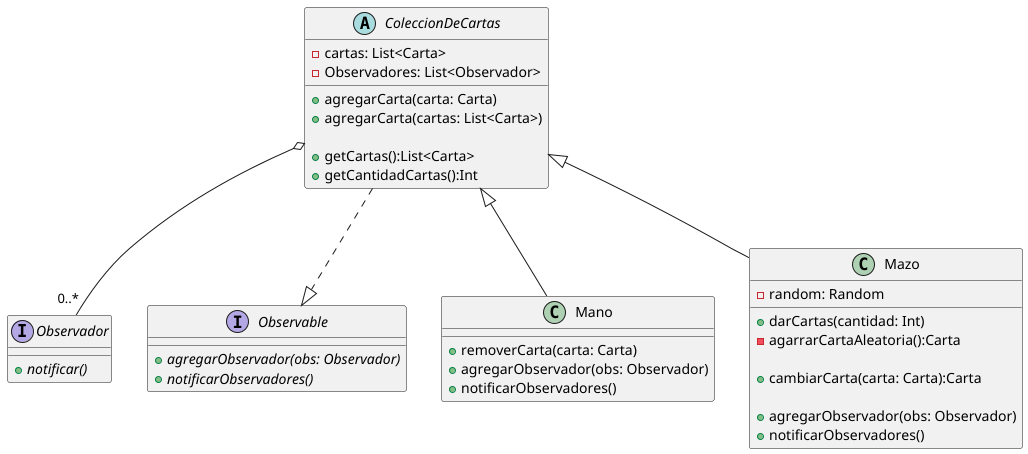
Before: informe/diagramas/clases/ColeccionDeCartas.png, a diagram exported from PlantUML (SebastianColazo-111737/ParadigmasTP2).
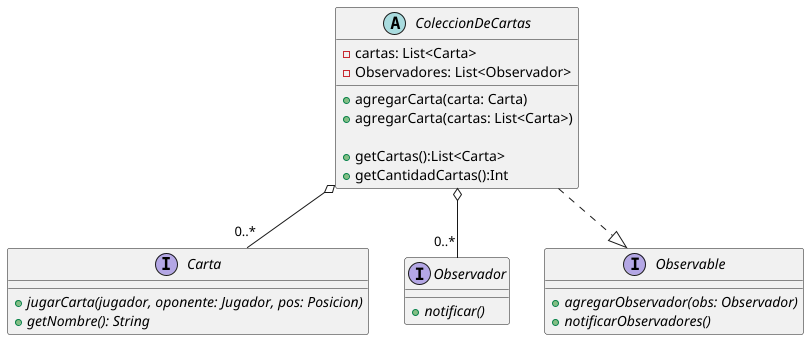
After the commit.

The edit, as a diff of the source:
```diff
@@ -1,4 +1,10 @@
 @startuml
+
+interface Carta{
+  + {abstract} jugarCarta(jugador, oponente: Jugador, pos: Posicion)
+  + {abstract} getNombre(): String
+
+}
 
 interface Observador{
   + {abstract} notificar()
@@ -24,26 +30,9 @@
 
 }
 
-ColeccionDeCartas <|-- Mano
-ColeccionDeCartas <|-- Mazo
 ColeccionDeCartas o-- "0..*" Observador
+ColeccionDeCartas o-- "0..*" Carta
 
-class Mano{
-  + removerCarta(carta: Carta)
-  + agregarObservador(obs: Observador)
-  + notificarObservadores()
-}
 
-class Mazo{
-  - random: Random
-
-  + darCartas(cantidad: Int)
-  - agarrarCartaAleatoria():Carta
-
-  + cambiarCarta(carta: Carta):Carta
-
-  + agregarObservador(obs: Observador)
-  + notificarObservadores()
-}
 
 @enduml
```
